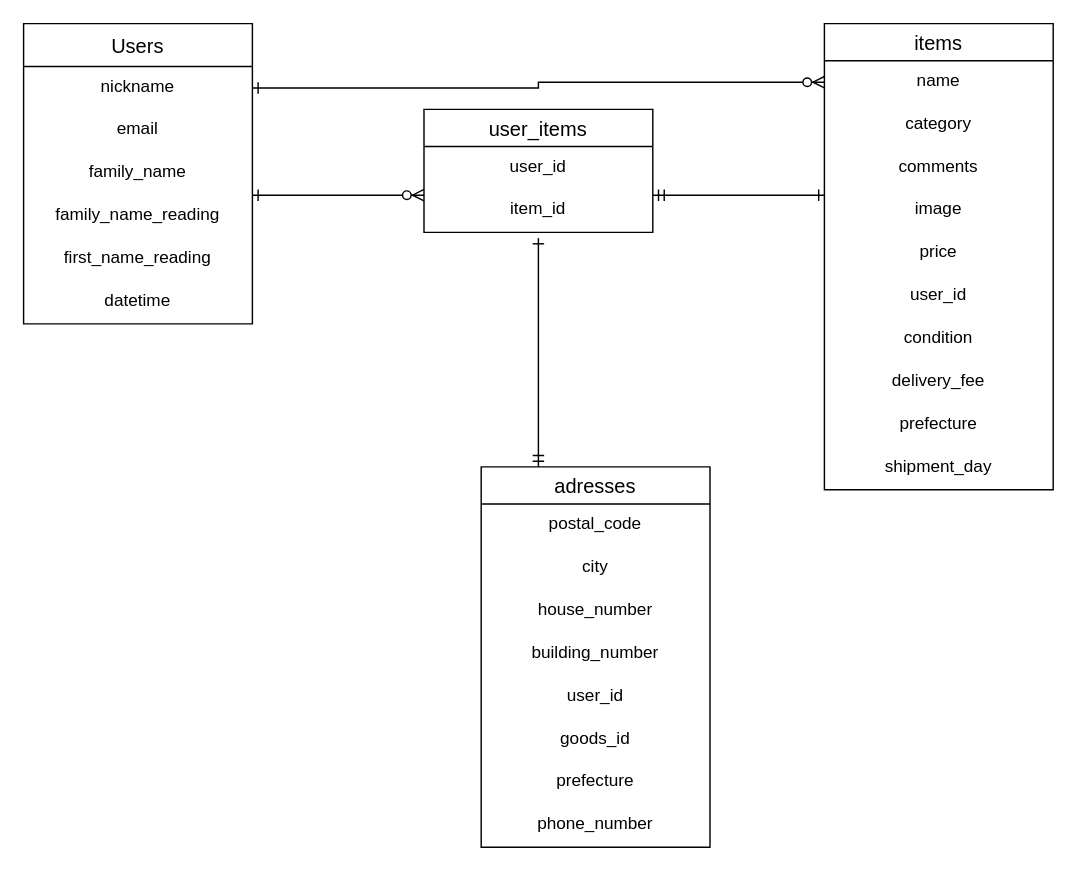
This is furima.dio from xxxkana/furima-36249, a draw.io file, before an edit. Source tidied: cells renumbered, new cells numbered last; positions are measured from the earlier drawing's top-left corner, leaving out a move shared by most shapes. Both pictures are drawn from the tidied source at 143%, with x=0, y=0 at pixel (23, 23).
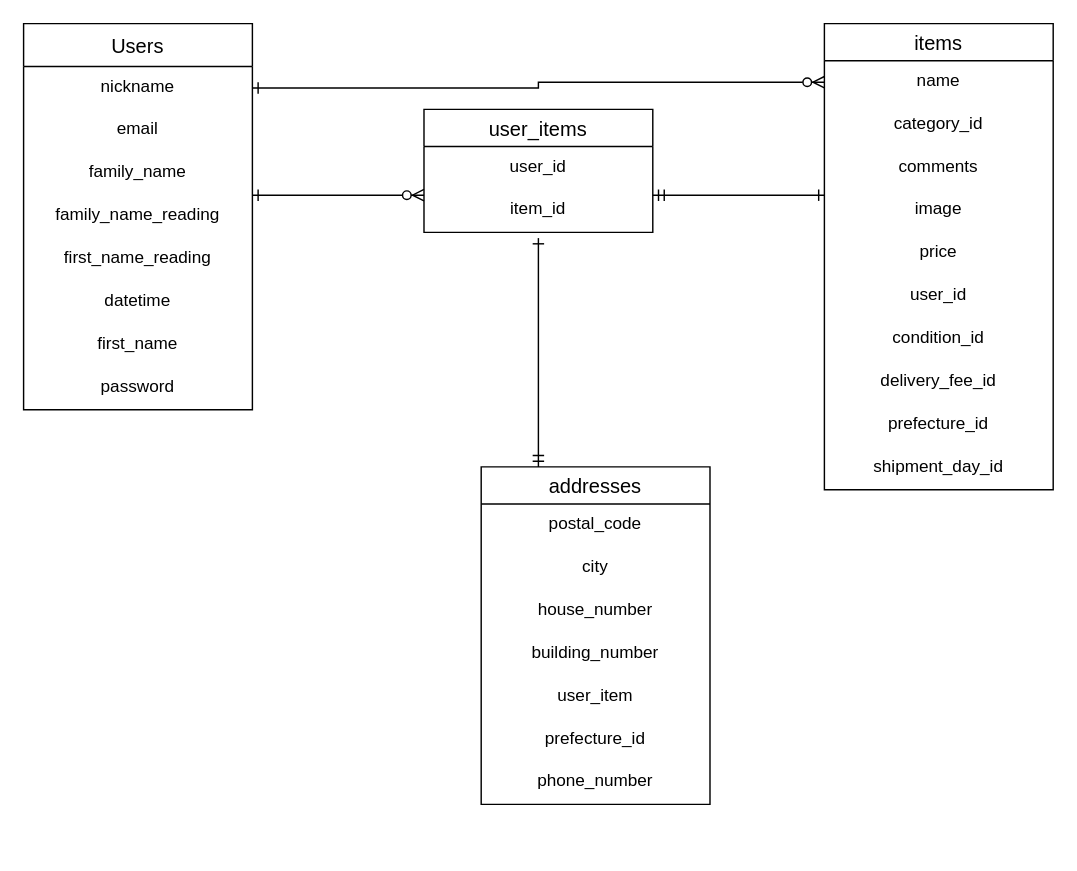
After the change.

Commit message:
データベース設計修正7

The change refers to these unchanged cells:
```xml
<mxCell id="9" value="items" style="swimlane;fontStyle=0;horizontal=1;startSize=26;align=center;fontSize=14;" parent="1" vertex="1">
  <mxGeometry x="560" width="160" height="326" as="geometry" />
</mxCell>
```

The edit, as a diff of the source:
```diff
@@
     <mxCell id="2" value="Users" style="swimlane;fontStyle=0;horizontal=1;startSize=30;align=center;fontSize=14;" parent="1" vertex="1">
-      <mxGeometry width="160" height="210" as="geometry" />
+      <mxGeometry width="160" height="270" as="geometry" />
     </mxCell>
@@
+    <mxCell id="36" value="first_name" style="text;strokeColor=none;fillColor=none;spacingLeft=4;spacingRight=4;overflow=hidden;fontSize=12;align=center;" parent="2" vertex="1">
+      <mxGeometry y="210" width="160" height="30" as="geometry" />
+    </mxCell>
+    <mxCell id="37" value="password" style="text;strokeColor=none;fillColor=none;spacingLeft=4;spacingRight=4;overflow=hidden;fontSize=12;align=center;" parent="2" vertex="1">
+      <mxGeometry y="240" width="160" height="30" as="geometry" />
+    </mxCell>
@@
-    <mxCell id="11" value="category" style="text;strokeColor=none;fillColor=none;spacingLeft=4;spacingRight=4;overflow=hidden;fontSize=12;align=center;" parent="9" vertex="1">
+    <mxCell id="11" value="category_id" style="text;strokeColor=none;fillColor=none;spacingLeft=4;spacingRight=4;overflow=hidden;fontSize=12;align=center;" parent="9" vertex="1">
       <mxGeometry y="56" width="160" height="30" as="geometry" />
     </mxCell>
@@
-    <mxCell id="16" value="condition" style="text;strokeColor=none;fillColor=none;spacingLeft=4;spacingRight=4;overflow=hidden;fontSize=12;align=center;" parent="9" vertex="1">
+    <mxCell id="16" value="condition_id" style="text;strokeColor=none;fillColor=none;spacingLeft=4;spacingRight=4;overflow=hidden;fontSize=12;align=center;" parent="9" vertex="1">
       <mxGeometry y="206" width="160" height="30" as="geometry" />
     </mxCell>
-    <mxCell id="17" value="delivery_fee" style="text;strokeColor=none;fillColor=none;spacingLeft=4;spacingRight=4;overflow=hidden;fontSize=12;align=center;" parent="9" vertex="1">
+    <mxCell id="17" value="delivery_fee_id" style="text;strokeColor=none;fillColor=none;spacingLeft=4;spacingRight=4;overflow=hidden;fontSize=12;align=center;" parent="9" vertex="1">
       <mxGeometry y="236" width="160" height="30" as="geometry" />
     </mxCell>
-    <mxCell id="18" value="prefecture" style="text;strokeColor=none;fillColor=none;spacingLeft=4;spacingRight=4;overflow=hidden;fontSize=12;align=center;" parent="9" vertex="1">
+    <mxCell id="18" value="prefecture_id" style="text;strokeColor=none;fillColor=none;spacingLeft=4;spacingRight=4;overflow=hidden;fontSize=12;align=center;" parent="9" vertex="1">
       <mxGeometry y="266" width="160" height="30" as="geometry" />
     </mxCell>
-    <mxCell id="19" value="shipment_day" style="text;strokeColor=none;fillColor=none;spacingLeft=4;spacingRight=4;overflow=hidden;fontSize=12;align=center;" parent="9" vertex="1">
+    <mxCell id="19" value="shipment_day_id" style="text;strokeColor=none;fillColor=none;spacingLeft=4;spacingRight=4;overflow=hidden;fontSize=12;align=center;" parent="9" vertex="1">
       <mxGeometry y="296" width="160" height="30" as="geometry" />
     </mxCell>
-    <mxCell id="20" value="adresses" style="swimlane;fontStyle=0;horizontal=1;startSize=26;align=center;fontSize=14;" parent="1" vertex="1">
-      <mxGeometry x="320" y="310" width="160" height="266" as="geometry" />
+    <mxCell id="20" value="addresses" style="swimlane;fontStyle=0;horizontal=1;startSize=26;align=center;fontSize=14;" parent="1" vertex="1">
+      <mxGeometry x="320" y="310" width="160" height="236" as="geometry" />
     </mxCell>
@@
-    <mxCell id="25" value="user_id" style="text;strokeColor=none;fillColor=none;spacingLeft=4;spacingRight=4;overflow=hidden;fontSize=12;align=center;" parent="20" vertex="1">
+    <mxCell id="25" value="user_item" style="text;strokeColor=none;fillColor=none;spacingLeft=4;spacingRight=4;overflow=hidden;fontSize=12;align=center;" parent="20" vertex="1">
       <mxGeometry y="146" width="160" height="30" as="geometry" />
     </mxCell>
-    <mxCell id="26" value="goods_id" style="text;strokeColor=none;fillColor=none;spacingLeft=4;spacingRight=4;overflow=hidden;fontSize=12;align=center;" parent="20" vertex="1">
-      <mxGeometry y="176" width="160" height="30" as="geometry" />
-    </mxCell>
-    <mxCell id="27" value="prefecture" style="text;strokeColor=none;fillColor=none;spacingLeft=4;spacingRight=4;overflow=hidden;fontSize=12;align=center;" parent="20" vertex="1">
-      <mxGeometry y="206" width="160" height="30" as="geometry" />
+    <mxCell id="27" value="prefecture_id" style="text;strokeColor=none;fillColor=none;spacingLeft=4;spacingRight=4;overflow=hidden;fontSize=12;align=center;" parent="20" vertex="1">
+      <mxGeometry y="176" width="160" height="30" as="geometry" />
     </mxCell>
     <mxCell id="28" value="phone_number" style="text;strokeColor=none;fillColor=none;spacingLeft=4;spacingRight=4;overflow=hidden;fontSize=12;align=center;" parent="20" vertex="1">
-      <mxGeometry y="236" width="160" height="30" as="geometry" />
+      <mxGeometry y="206" width="160" height="30" as="geometry" />
     </mxCell>
```
